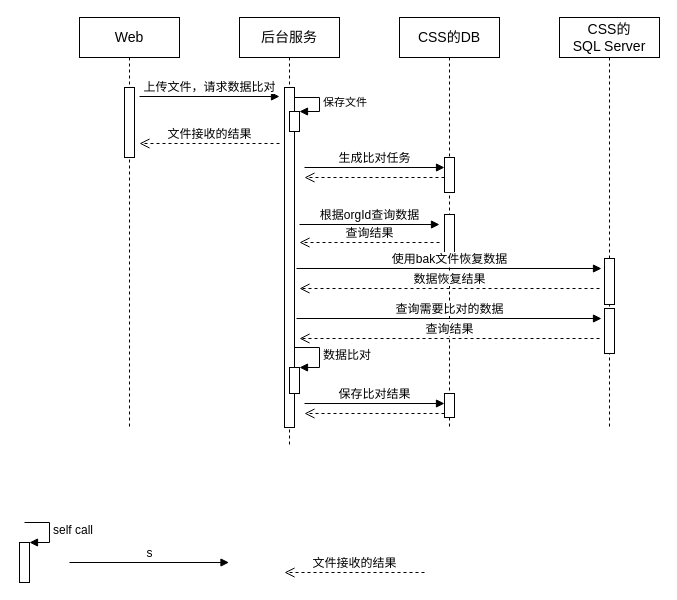
Before: page "[sequence]bak-compare" (1 of 5) of CSS/CSS.drawio in waterwatermelon/graph, a draw.io diagram. Source tidied: cells renumbered, new cells numbered last; positions are measured from the earlier drawing's top-left corner, leaving out a move shared by most shapes. Both pictures are drawn from the tidied source at 100%, with x=0, y=0 at pixel (19, 17).
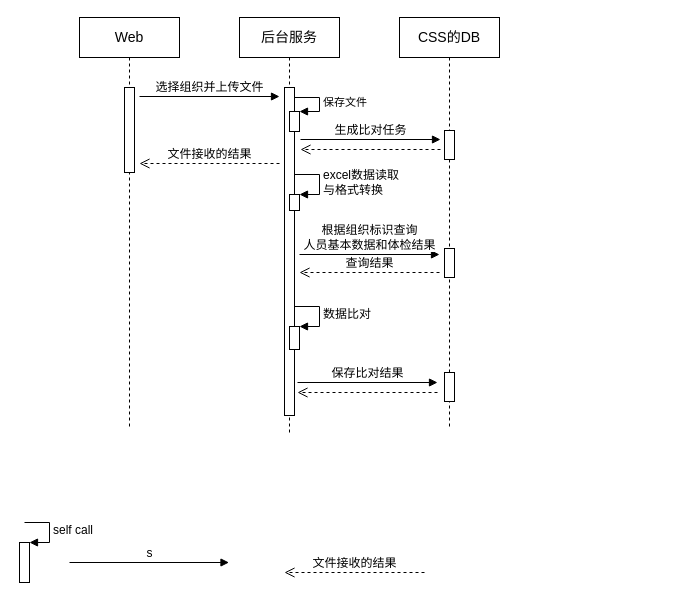
Above is the later version.

The change refers to these unchanged cells:
```xml
<mxCell id="2" value="&lt;font style=&quot;font-size: 14px&quot;&gt;Web&lt;/font&gt;" style="shape=umlLifeline;perimeter=lifelinePerimeter;whiteSpace=wrap;html=1;" parent="1" vertex="1">
  <mxGeometry x="60" width="100" height="410" as="geometry" />
</mxCell>
<mxCell id="5" value="&lt;span style=&quot;font-size: 14px&quot;&gt;CSS的DB&lt;/span&gt;" style="shape=umlLifeline;perimeter=lifelinePerimeter;whiteSpace=wrap;html=1;" parent="1" vertex="1">
  <mxGeometry x="380" width="100" height="410" as="geometry" />
</mxCell>
```

Change to the diagram source:
```diff
@@
     <mxCell id="3" style="html=1;perimeter=orthogonalPerimeter;" parent="2" vertex="1">
-      <mxGeometry x="45" y="70" width="10" height="70" as="geometry" />
+      <mxGeometry x="45" y="70" width="10" height="85" as="geometry" />
     </mxCell>
     <mxCell id="4" value="&lt;span style=&quot;font-size: 14px&quot;&gt;后台服务&lt;/span&gt;" style="shape=umlLifeline;perimeter=lifelinePerimeter;whiteSpace=wrap;html=1;" parent="1" vertex="1">
-      <mxGeometry x="220" width="100" height="430" as="geometry" />
+      <mxGeometry x="220" width="100" height="417" as="geometry" />
     </mxCell>
@@
     <mxCell id="6" style="html=1;perimeter=orthogonalPerimeter;" parent="5" vertex="1">
-      <mxGeometry x="45" y="197" width="10" height="41" as="geometry" />
+      <mxGeometry x="45" y="231" width="10" height="29" as="geometry" />
     </mxCell>
-    <mxCell id="7" value="&lt;span style=&quot;font-size: 14px&quot;&gt;CSS的&lt;br&gt;SQL Server&lt;/span&gt;" style="shape=umlLifeline;perimeter=lifelinePerimeter;whiteSpace=wrap;html=1;" parent="1" vertex="1">
-      <mxGeometry x="540" width="100" height="410" as="geometry" />
-    </mxCell>
-    <mxCell id="8" style="html=1;perimeter=orthogonalPerimeter;" parent="7" vertex="1">
-      <mxGeometry x="45" y="241" width="10" height="46" as="geometry" />
-    </mxCell>
-    <mxCell id="9" value="&lt;font style=&quot;font-size: 12px&quot;&gt;上传文件，请求数据比对&lt;/font&gt;" style="html=1;verticalAlign=bottom;endArrow=block;" parent="1" edge="1">
+    <mxCell id="9" value="&lt;font style=&quot;font-size: 12px&quot;&gt;选择组织并上传文件&lt;/font&gt;" style="html=1;verticalAlign=bottom;endArrow=block;" parent="1" edge="1">
       <mxGeometry relative="1" as="geometry">
         <mxPoint x="120" y="79" as="sourcePoint" />
         <mxPoint x="260" y="79" as="targetPoint" />
       </mxGeometry>
     </mxCell>
@@
     <mxCell id="11" style="html=1;perimeter=orthogonalPerimeter;comic=0;" parent="1" vertex="1">
-      <mxGeometry x="265" y="70" width="10" height="340" as="geometry" />
+      <mxGeometry x="265" y="70" width="10" height="328" as="geometry" />
     </mxCell>
@@
     <mxCell id="15" value="文件接收的结果" style="html=1;verticalAlign=bottom;endArrow=open;dashed=1;endSize=8;fontSize=12;" parent="1" edge="1">
       <mxGeometry relative="1" as="geometry">
-        <mxPoint x="260" y="126" as="sourcePoint" />
-        <mxPoint x="120" y="126" as="targetPoint" />
+        <mxPoint x="260" y="146" as="sourcePoint" />
+        <mxPoint x="120" y="146" as="targetPoint" />
       </mxGeometry>
     </mxCell>
@@
-    <mxCell id="17" value="&lt;font style=&quot;font-size: 12px&quot;&gt;根据orgId查询数据&lt;/font&gt;" style="html=1;verticalAlign=bottom;endArrow=block;" parent="1" edge="1">
+    <mxCell id="17" value="&lt;font style=&quot;font-size: 12px&quot;&gt;根据组织标识查询&lt;br&gt;人员基本数据和体检结果&lt;/font&gt;" style="html=1;verticalAlign=bottom;endArrow=block;" parent="1" edge="1">
       <mxGeometry relative="1" as="geometry">
-        <mxPoint x="280" y="207" as="sourcePoint" />
-        <mxPoint x="420" y="207" as="targetPoint" />
+        <mxPoint x="280" y="237" as="sourcePoint" />
+        <mxPoint x="420" y="237" as="targetPoint" />
       </mxGeometry>
     </mxCell>
     <mxCell id="18" value="查询结果" style="html=1;verticalAlign=bottom;endArrow=open;dashed=1;endSize=8;fontSize=12;" parent="1" edge="1">
       <mxGeometry relative="1" as="geometry">
-        <mxPoint x="420" y="225" as="sourcePoint" />
-        <mxPoint x="280" y="225" as="targetPoint" />
+        <mxPoint x="420" y="255" as="sourcePoint" />
+        <mxPoint x="280" y="255" as="targetPoint" />
       </mxGeometry>
     </mxCell>
@@
-    <mxCell id="20" value="&lt;span style=&quot;font-size: 12px&quot;&gt;使用bak文件恢复数据&lt;/span&gt;" style="html=1;verticalAlign=bottom;endArrow=block;" parent="1" edge="1">
-      <mxGeometry relative="1" as="geometry">
-        <mxPoint x="277" y="251" as="sourcePoint" />
-        <mxPoint x="582" y="251" as="targetPoint" />
-      </mxGeometry>
-    </mxCell>
-    <mxCell id="21" value="数据恢复结果" style="html=1;verticalAlign=bottom;endArrow=open;dashed=1;endSize=8;fontSize=12;" parent="1" edge="1">
-      <mxGeometry relative="1" as="geometry">
-        <mxPoint x="580" y="271" as="sourcePoint" />
-        <mxPoint x="280" y="271" as="targetPoint" />
-      </mxGeometry>
-    </mxCell>
     <mxCell id="22" value="&lt;span style=&quot;font-size: 12px&quot;&gt;生成比对任务&lt;/span&gt;" style="html=1;verticalAlign=bottom;endArrow=block;" parent="1" edge="1">
       <mxGeometry relative="1" as="geometry">
-        <mxPoint x="285" y="150" as="sourcePoint" />
-        <mxPoint x="425" y="150" as="targetPoint" />
+        <mxPoint x="281" y="122" as="sourcePoint" />
+        <mxPoint x="421" y="122" as="targetPoint" />
       </mxGeometry>
     </mxCell>
     <mxCell id="23" style="html=1;perimeter=orthogonalPerimeter;" parent="1" vertex="1">
-      <mxGeometry x="425" y="140" width="10" height="35" as="geometry" />
+      <mxGeometry x="425" y="113" width="10" height="29" as="geometry" />
     </mxCell>
     <mxCell id="24" style="html=1;verticalAlign=bottom;endArrow=open;dashed=1;endSize=8;fontSize=12;" parent="1" edge="1">
       <mxGeometry relative="1" as="geometry">
-        <mxPoint x="425" y="160" as="sourcePoint" />
-        <mxPoint x="285" y="160" as="targetPoint" />
+        <mxPoint x="421" y="132" as="sourcePoint" />
+        <mxPoint x="281" y="132" as="targetPoint" />
       </mxGeometry>
     </mxCell>
-    <mxCell id="25" style="html=1;perimeter=orthogonalPerimeter;" parent="1" vertex="1">
-      <mxGeometry x="585" y="291" width="10" height="45" as="geometry" />
-    </mxCell>
-    <mxCell id="26" value="&lt;span style=&quot;font-size: 12px&quot;&gt;查询需要比对的数据&lt;/span&gt;" style="html=1;verticalAlign=bottom;endArrow=block;" parent="1" edge="1">
-      <mxGeometry relative="1" as="geometry">
-        <mxPoint x="277" y="301" as="sourcePoint" />
-        <mxPoint x="582" y="301" as="targetPoint" />
-      </mxGeometry>
-    </mxCell>
-    <mxCell id="27" value="查询结果" style="html=1;verticalAlign=bottom;endArrow=open;dashed=1;endSize=8;fontSize=12;" parent="1" edge="1">
-      <mxGeometry relative="1" as="geometry">
-        <mxPoint x="580" y="321" as="sourcePoint" />
-        <mxPoint x="280" y="321" as="targetPoint" />
-      </mxGeometry>
-    </mxCell>
     <mxCell id="28" style="html=1;points=[];perimeter=orthogonalPerimeter;fontSize=12;" parent="1" vertex="1">
-      <mxGeometry x="270" y="350" width="10" height="26" as="geometry" />
+      <mxGeometry x="270" y="309" width="10" height="23" as="geometry" />
     </mxCell>
     <mxCell id="29" value="数据比对" style="edgeStyle=orthogonalEdgeStyle;html=1;align=left;spacingLeft=2;endArrow=block;rounded=0;entryX=1;entryY=0;fontSize=12;" parent="1" edge="1" target="28">
       <mxGeometry relative="1" as="geometry">
-        <mxPoint x="275" y="330" as="sourcePoint" />
+        <mxPoint x="275" y="289" as="sourcePoint" />
         <Array as="points">
-          <mxPoint x="300" y="330" />
+          <mxPoint x="300" y="289" />
         </Array>
       </mxGeometry>
     </mxCell>
     <mxCell id="30" value="&lt;span style=&quot;font-size: 12px&quot;&gt;保存比对结果&lt;/span&gt;" style="html=1;verticalAlign=bottom;endArrow=block;" parent="1" edge="1">
       <mxGeometry relative="1" as="geometry">
-        <mxPoint x="285" y="386" as="sourcePoint" />
-        <mxPoint x="425" y="386" as="targetPoint" />
+        <mxPoint x="278" y="365" as="sourcePoint" />
+        <mxPoint x="418" y="365" as="targetPoint" />
       </mxGeometry>
     </mxCell>
     <mxCell id="31" style="html=1;perimeter=orthogonalPerimeter;" parent="1" vertex="1">
-      <mxGeometry x="425" y="376" width="10" height="24" as="geometry" />
+      <mxGeometry x="425" y="355" width="10" height="29" as="geometry" />
     </mxCell>
     <mxCell id="32" style="html=1;verticalAlign=bottom;endArrow=open;dashed=1;endSize=8;fontSize=12;" parent="1" edge="1">
       <mxGeometry relative="1" as="geometry">
-        <mxPoint x="425" y="396" as="sourcePoint" />
-        <mxPoint x="285" y="396" as="targetPoint" />
+        <mxPoint x="418" y="375" as="sourcePoint" />
+        <mxPoint x="278" y="375" as="targetPoint" />
       </mxGeometry>
     </mxCell>
+    <mxCell id="33" style="html=1;points=[];perimeter=orthogonalPerimeter;fontSize=12;" parent="1" vertex="1">
+      <mxGeometry x="270" y="177" width="10" height="16" as="geometry" />
+    </mxCell>
+    <mxCell id="34" value="excel数据读取&lt;br&gt;与格式转换" style="edgeStyle=orthogonalEdgeStyle;html=1;align=left;spacingLeft=2;endArrow=block;rounded=0;entryX=1;entryY=0;fontSize=12;" parent="1" edge="1" target="33">
+      <mxGeometry relative="1" as="geometry">
+        <mxPoint x="275" y="157" as="sourcePoint" />
+        <Array as="points">
+          <mxPoint x="300" y="157" />
+        </Array>
+      </mxGeometry>
+    </mxCell>
```
